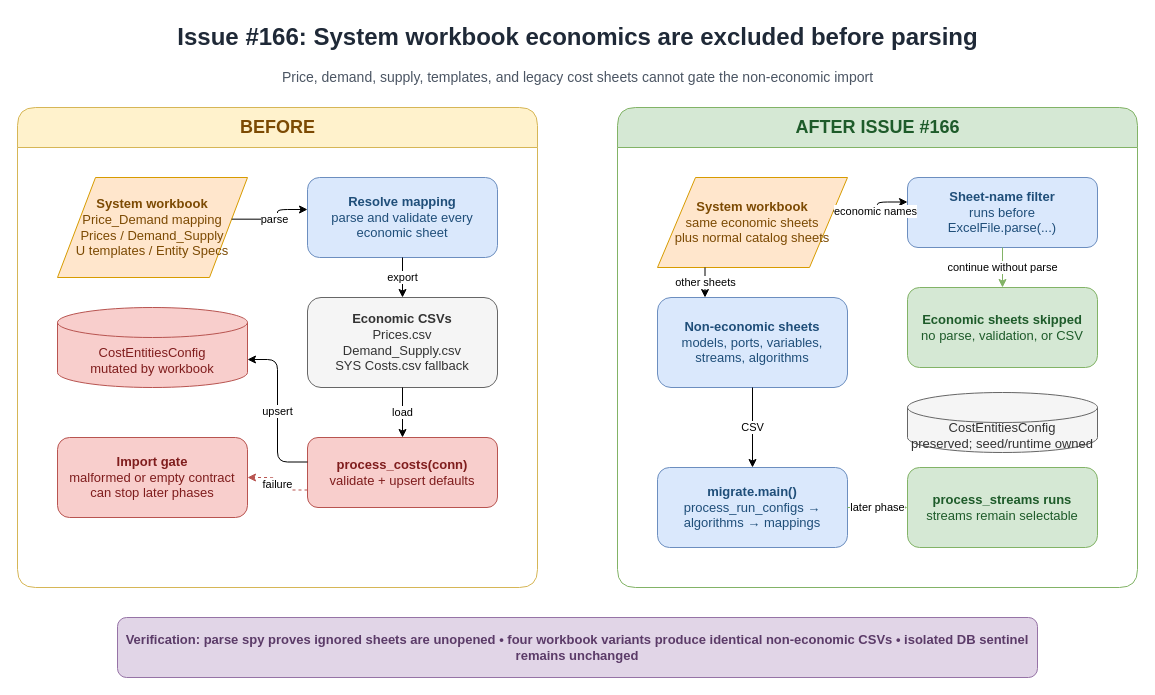
bluehydrogenplant123/Plant-Modelling-Documentation keeps this draw.io diagram as docs/capstone/CodeExplanation/diagrams/system-economic-sheets-disabled.drawio. Above is the earlier version. Source tidied: cells renumbered, new cells numbered last; positions are measured from the earlier drawing's top-left corner, leaving out a move shared by most shapes. Both pictures are drawn from the tidied source at 100%, with x=0, y=0 at pixel (17, 17).
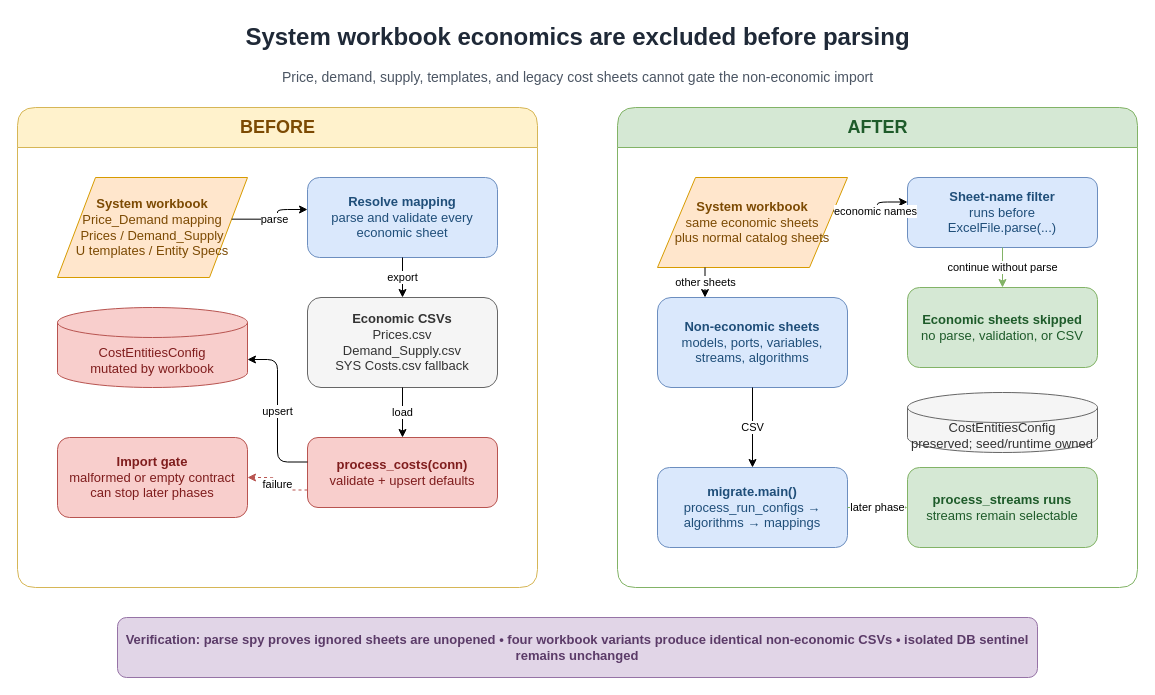
Above is the later version.

Diff of the diagram source:
```diff
@@
-    <mxCell id="2" value="Issue #166: System workbook economics are excluded before parsing" style="text;html=1;align=center;verticalAlign=middle;fontSize=24;fontStyle=1;fontColor=#1f2937;" parent="1" vertex="1">
+    <mxCell id="2" value="System workbook economics are excluded before parsing" style="text;html=1;align=center;verticalAlign=middle;fontSize=24;fontStyle=1;fontColor=#1f2937;" parent="1" vertex="1">
       <mxGeometry x="140" width="840" height="40" as="geometry" />
     </mxCell>
@@
-    <mxCell id="5" value="AFTER ISSUE #166" style="swimlane;startSize=40;rounded=1;html=1;fillColor=#d5e8d4;strokeColor=#82b366;fontColor=#1e5b2a;fontSize=18;fontStyle=1;" parent="1" vertex="1">
+    <mxCell id="5" value="AFTER" style="swimlane;startSize=40;rounded=1;html=1;fillColor=#d5e8d4;strokeColor=#82b366;fontColor=#1e5b2a;fontSize=18;fontStyle=1;" parent="1" vertex="1">
       <mxGeometry x="600" y="90" width="520" height="480" as="geometry" />
     </mxCell>
```
